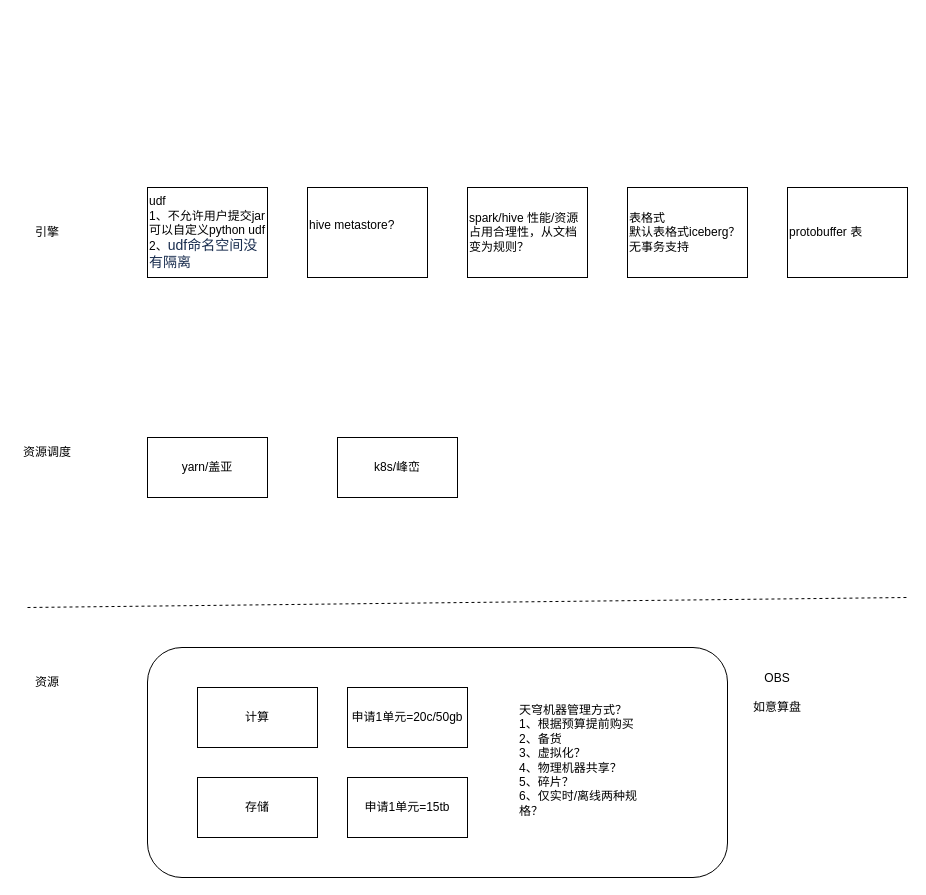
This is 天穹2.0.drawio from yuhuali1989/ui, a draw.io file, before an edit. Source tidied: cells renumbered, new cells numbered last; positions are measured from the earlier drawing's top-left corner, leaving out a move shared by most shapes. Both pictures are drawn from the tidied source at 100%, with x=0, y=0 at pixel (17, 187).
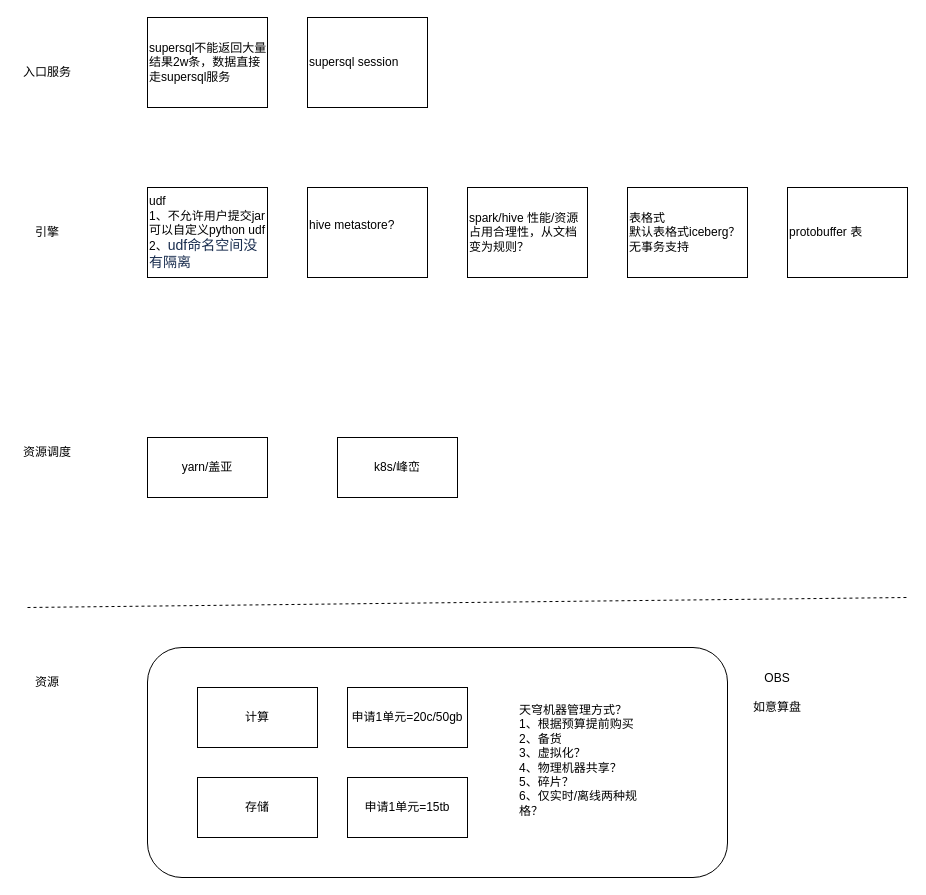
The same diagram, later.

What changed in the source:
```diff
@@
+    <mxCell id="20" value="入口服务" style="text;html=1;strokeColor=none;fillColor=none;align=center;verticalAlign=middle;whiteSpace=wrap;rounded=0;" parent="1" vertex="1">
+      <mxGeometry y="-130" width="60" height="30" as="geometry" />
+    </mxCell>
+    <mxCell id="21" value="supersql不能返回大量结果2w条，数据直接走supersql服务" style="rounded=0;whiteSpace=wrap;html=1;align=left;" parent="1" vertex="1">
+      <mxGeometry x="130" y="-170" width="120" height="90" as="geometry" />
+    </mxCell>
+    <mxCell id="22" value="supersql session" style="rounded=0;whiteSpace=wrap;html=1;align=left;" parent="1" vertex="1">
+      <mxGeometry x="290" y="-170" width="120" height="90" as="geometry" />
+    </mxCell>
```
